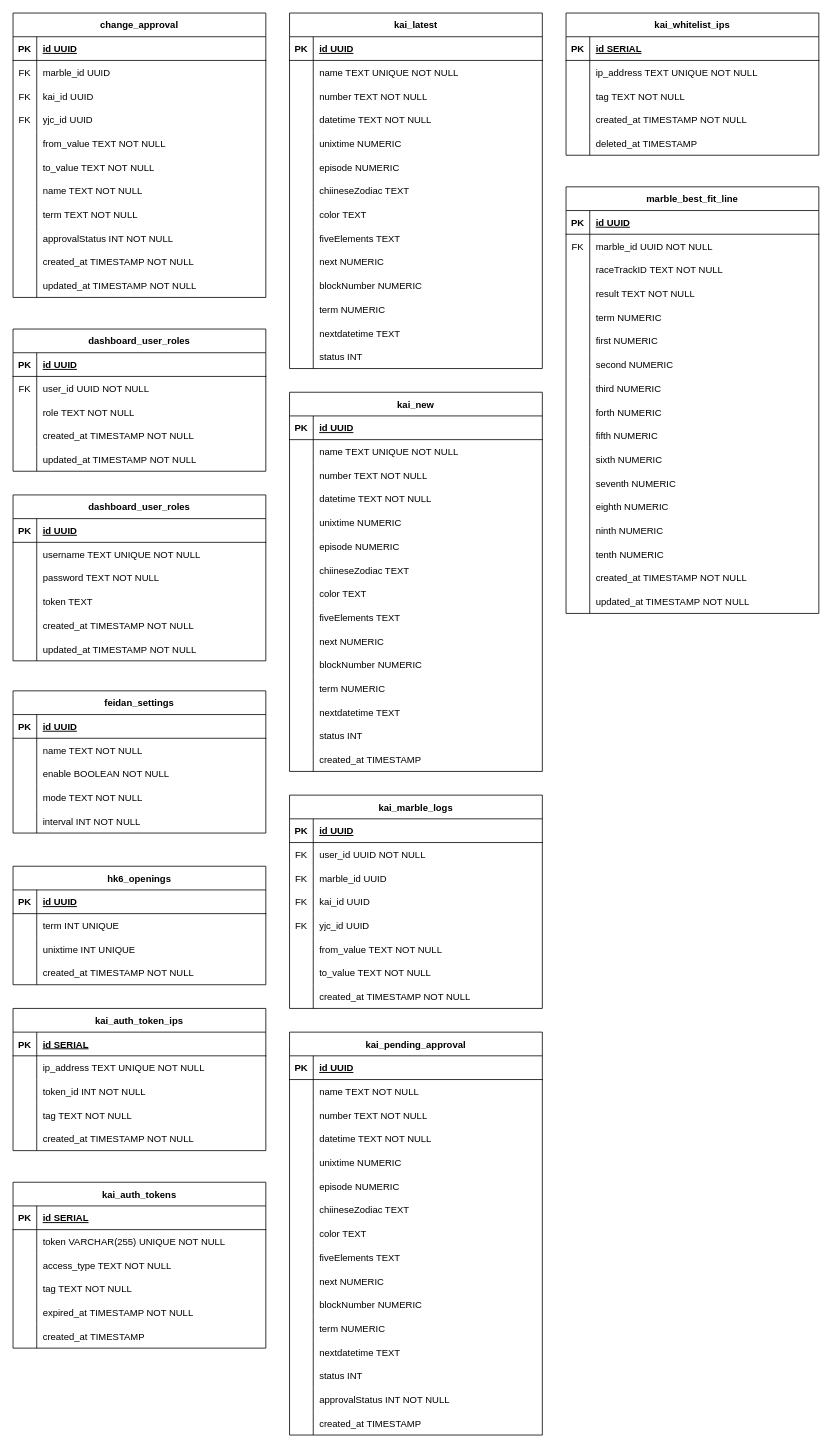
wayneGoCode/drawio-diagrams keeps this draw.io diagram as kai-game-control.drawio. Above is the earlier version. Source tidied: cells renumbered, new cells numbered last; positions are measured from the earlier drawing's top-left corner, leaving out a move shared by most shapes. Both pictures are drawn from the tidied source at 79%, with x=0, y=0 at pixel (13, 13).
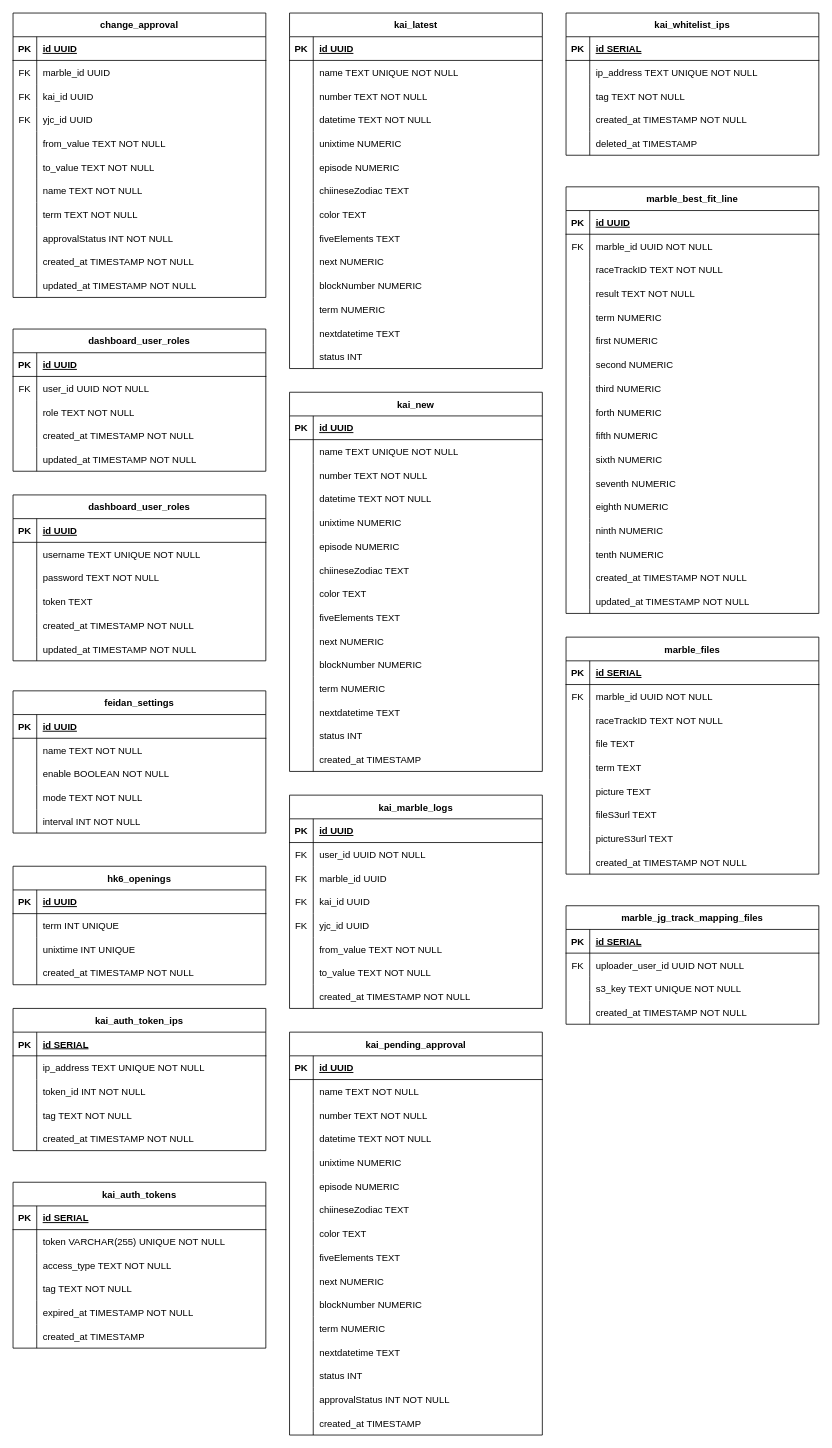
The same diagram, later.

What changed in the source:
```diff
@@
+    <mxCell id="366" value="marble_files" style="shape=table;startSize=30;childLayout=tableLayout;rowLines=0;fontStyle=1;align=center;" parent="1" vertex="1">
+      <mxGeometry x="700" y="790" width="320" height="300" as="geometry" />
+    </mxCell>
+    <mxCell id="367" style="shape=tableRow;horizontal=0;startSize=0;swimlaneHead=0;swimlaneBody=0;fillColor=none;strokeColor=inherit;top=0;left=0;right=0;bottom=1;" parent="366" vertex="1">
+      <mxGeometry y="30" width="320" height="30" as="geometry" />
+    </mxCell>
+    <mxCell id="368" value="PK" style="shape=partialRectangle;overflow=hidden;fillColor=none;strokeColor=inherit;top=0;left=0;bottom=0;right=0;fontStyle=1;" parent="367" vertex="1">
+      <mxGeometry width="30" height="30" as="geometry" />
+    </mxCell>
+    <mxCell id="369" value="id SERIAL" style="shape=partialRectangle;overflow=hidden;fillColor=none;align=left;strokeColor=inherit;top=0;left=0;bottom=0;right=0;spacingLeft=6;fontStyle=5;" parent="367" vertex="1">
+      <mxGeometry x="30" width="290" height="30" as="geometry" />
+    </mxCell>
+    <mxCell id="370" style="shape=tableRow;horizontal=0;startSize=0;swimlaneHead=0;swimlaneBody=0;fillColor=none;strokeColor=inherit;top=0;left=0;right=0;bottom=0;" parent="366" vertex="1">
+      <mxGeometry y="60" width="320" height="30" as="geometry" />
+    </mxCell>
+    <mxCell id="371" value="FK" style="shape=partialRectangle;overflow=hidden;fillColor=none;strokeColor=inherit;top=0;left=0;bottom=0;right=0;" parent="370" vertex="1">
+      <mxGeometry width="30" height="30" as="geometry" />
+    </mxCell>
+    <mxCell id="372" value="marble_id UUID NOT NULL" style="shape=partialRectangle;overflow=hidden;fillColor=none;align=left;strokeColor=inherit;top=0;left=0;bottom=0;right=0;spacingLeft=6;" parent="370" vertex="1">
+      <mxGeometry x="30" width="290" height="30" as="geometry" />
+    </mxCell>
+    <mxCell id="373" style="shape=tableRow;horizontal=0;startSize=0;swimlaneHead=0;swimlaneBody=0;fillColor=none;strokeColor=inherit;top=0;left=0;right=0;bottom=0;" parent="366" vertex="1">
+      <mxGeometry y="90" width="320" height="30" as="geometry" />
+    </mxCell>
+    <mxCell id="374" style="shape=partialRectangle;overflow=hidden;fillColor=none;strokeColor=inherit;top=0;left=0;bottom=0;right=0;" parent="373" vertex="1">
+      <mxGeometry width="30" height="30" as="geometry" />
+    </mxCell>
+    <mxCell id="375" value="raceTrackID TEXT NOT NULL" style="shape=partialRectangle;overflow=hidden;fillColor=none;align=left;strokeColor=inherit;top=0;left=0;bottom=0;right=0;spacingLeft=6;" parent="373" vertex="1">
+      <mxGeometry x="30" width="290" height="30" as="geometry" />
+    </mxCell>
+    <mxCell id="376" style="shape=tableRow;horizontal=0;startSize=0;swimlaneHead=0;swimlaneBody=0;fillColor=none;strokeColor=inherit;top=0;left=0;right=0;bottom=0;" parent="366" vertex="1">
+      <mxGeometry y="120" width="320" height="30" as="geometry" />
+    </mxCell>
+    <mxCell id="377" style="shape=partialRectangle;overflow=hidden;fillColor=none;strokeColor=inherit;top=0;left=0;bottom=0;right=0;" parent="376" vertex="1">
+      <mxGeometry width="30" height="30" as="geometry" />
+    </mxCell>
+    <mxCell id="378" value="file TEXT" style="shape=partialRectangle;overflow=hidden;fillColor=none;align=left;strokeColor=inherit;top=0;left=0;bottom=0;right=0;spacingLeft=6;" parent="376" vertex="1">
+      <mxGeometry x="30" width="290" height="30" as="geometry" />
+    </mxCell>
+    <mxCell id="379" style="shape=tableRow;horizontal=0;startSize=0;swimlaneHead=0;swimlaneBody=0;fillColor=none;strokeColor=inherit;top=0;left=0;right=0;bottom=0;" parent="366" vertex="1">
+      <mxGeometry y="150" width="320" height="30" as="geometry" />
+    </mxCell>
+    <mxCell id="380" style="shape=partialRectangle;overflow=hidden;fillColor=none;strokeColor=inherit;top=0;left=0;bottom=0;right=0;" parent="379" vertex="1">
+      <mxGeometry width="30" height="30" as="geometry" />
+    </mxCell>
+    <mxCell id="381" value="term TEXT" style="shape=partialRectangle;overflow=hidden;fillColor=none;align=left;strokeColor=inherit;top=0;left=0;bottom=0;right=0;spacingLeft=6;" parent="379" vertex="1">
+      <mxGeometry x="30" width="290" height="30" as="geometry" />
+    </mxCell>
+    <mxCell id="382" style="shape=tableRow;horizontal=0;startSize=0;swimlaneHead=0;swimlaneBody=0;fillColor=none;strokeColor=inherit;top=0;left=0;right=0;bottom=0;" parent="366" vertex="1">
+      <mxGeometry y="180" width="320" height="30" as="geometry" />
+    </mxCell>
+    <mxCell id="383" style="shape=partialRectangle;overflow=hidden;fillColor=none;strokeColor=inherit;top=0;left=0;bottom=0;right=0;" parent="382" vertex="1">
+      <mxGeometry width="30" height="30" as="geometry" />
+    </mxCell>
+    <mxCell id="384" value="picture TEXT" style="shape=partialRectangle;overflow=hidden;fillColor=none;align=left;strokeColor=inherit;top=0;left=0;bottom=0;right=0;spacingLeft=6;" parent="382" vertex="1">
+      <mxGeometry x="30" width="290" height="30" as="geometry" />
+    </mxCell>
+    <mxCell id="385" style="shape=tableRow;horizontal=0;startSize=0;swimlaneHead=0;swimlaneBody=0;fillColor=none;strokeColor=inherit;top=0;left=0;right=0;bottom=0;" parent="366" vertex="1">
+      <mxGeometry y="210" width="320" height="30" as="geometry" />
+    </mxCell>
+    <mxCell id="386" style="shape=partialRectangle;overflow=hidden;fillColor=none;strokeColor=inherit;top=0;left=0;bottom=0;right=0;" parent="385" vertex="1">
+      <mxGeometry width="30" height="30" as="geometry" />
+    </mxCell>
+    <mxCell id="387" value="fileS3url TEXT" style="shape=partialRectangle;overflow=hidden;fillColor=none;align=left;strokeColor=inherit;top=0;left=0;bottom=0;right=0;spacingLeft=6;" parent="385" vertex="1">
+      <mxGeometry x="30" width="290" height="30" as="geometry" />
+    </mxCell>
+    <mxCell id="388" style="shape=tableRow;horizontal=0;startSize=0;swimlaneHead=0;swimlaneBody=0;fillColor=none;strokeColor=inherit;top=0;left=0;right=0;bottom=0;" parent="366" vertex="1">
+      <mxGeometry y="240" width="320" height="30" as="geometry" />
+    </mxCell>
+    <mxCell id="389" style="shape=partialRectangle;overflow=hidden;fillColor=none;strokeColor=inherit;top=0;left=0;bottom=0;right=0;" parent="388" vertex="1">
+      <mxGeometry width="30" height="30" as="geometry" />
+    </mxCell>
+    <mxCell id="390" value="pictureS3url TEXT" style="shape=partialRectangle;overflow=hidden;fillColor=none;align=left;strokeColor=inherit;top=0;left=0;bottom=0;right=0;spacingLeft=6;" parent="388" vertex="1">
+      <mxGeometry x="30" width="290" height="30" as="geometry" />
+    </mxCell>
+    <mxCell id="391" style="shape=tableRow;horizontal=0;startSize=0;swimlaneHead=0;swimlaneBody=0;fillColor=none;strokeColor=inherit;top=0;left=0;right=0;bottom=0;" parent="366" vertex="1">
+      <mxGeometry y="270" width="320" height="30" as="geometry" />
+    </mxCell>
+    <mxCell id="392" style="shape=partialRectangle;overflow=hidden;fillColor=none;strokeColor=inherit;top=0;left=0;bottom=0;right=0;" parent="391" vertex="1">
+      <mxGeometry width="30" height="30" as="geometry" />
+    </mxCell>
+    <mxCell id="393" value="created_at TIMESTAMP NOT NULL" style="shape=partialRectangle;overflow=hidden;fillColor=none;align=left;strokeColor=inherit;top=0;left=0;bottom=0;right=0;spacingLeft=6;" parent="391" vertex="1">
+      <mxGeometry x="30" width="290" height="30" as="geometry" />
+    </mxCell>
+    <mxCell id="394" value="marble_jg_track_mapping_files" style="shape=table;startSize=30;childLayout=tableLayout;rowLines=0;fontStyle=1;align=center;" parent="1" vertex="1">
+      <mxGeometry x="700" y="1130" width="320" height="150" as="geometry" />
+    </mxCell>
+    <mxCell id="395" style="shape=tableRow;horizontal=0;startSize=0;swimlaneHead=0;swimlaneBody=0;fillColor=none;strokeColor=inherit;top=0;left=0;right=0;bottom=1;" parent="394" vertex="1">
+      <mxGeometry y="30" width="320" height="30" as="geometry" />
+    </mxCell>
+    <mxCell id="396" value="PK" style="shape=partialRectangle;overflow=hidden;fillColor=none;strokeColor=inherit;top=0;left=0;bottom=0;right=0;fontStyle=1;" parent="395" vertex="1">
+      <mxGeometry width="30" height="30" as="geometry" />
+    </mxCell>
+    <mxCell id="397" value="id SERIAL" style="shape=partialRectangle;overflow=hidden;fillColor=none;align=left;strokeColor=inherit;top=0;left=0;bottom=0;right=0;spacingLeft=6;fontStyle=5;" parent="395" vertex="1">
+      <mxGeometry x="30" width="290" height="30" as="geometry" />
+    </mxCell>
+    <mxCell id="398" style="shape=tableRow;horizontal=0;startSize=0;swimlaneHead=0;swimlaneBody=0;fillColor=none;strokeColor=inherit;top=0;left=0;right=0;bottom=0;" parent="394" vertex="1">
+      <mxGeometry y="60" width="320" height="30" as="geometry" />
+    </mxCell>
+    <mxCell id="399" value="FK" style="shape=partialRectangle;overflow=hidden;fillColor=none;strokeColor=inherit;top=0;left=0;bottom=0;right=0;" parent="398" vertex="1">
+      <mxGeometry width="30" height="30" as="geometry" />
+    </mxCell>
+    <mxCell id="400" value="uploader_user_id UUID NOT NULL" style="shape=partialRectangle;overflow=hidden;fillColor=none;align=left;strokeColor=inherit;top=0;left=0;bottom=0;right=0;spacingLeft=6;" parent="398" vertex="1">
+      <mxGeometry x="30" width="290" height="30" as="geometry" />
+    </mxCell>
+    <mxCell id="401" style="shape=tableRow;horizontal=0;startSize=0;swimlaneHead=0;swimlaneBody=0;fillColor=none;strokeColor=inherit;top=0;left=0;right=0;bottom=0;" parent="394" vertex="1">
+      <mxGeometry y="90" width="320" height="30" as="geometry" />
+    </mxCell>
+    <mxCell id="402" style="shape=partialRectangle;overflow=hidden;fillColor=none;strokeColor=inherit;top=0;left=0;bottom=0;right=0;" parent="401" vertex="1">
+      <mxGeometry width="30" height="30" as="geometry" />
+    </mxCell>
+    <mxCell id="403" value="s3_key TEXT UNIQUE NOT NULL" style="shape=partialRectangle;overflow=hidden;fillColor=none;align=left;strokeColor=inherit;top=0;left=0;bottom=0;right=0;spacingLeft=6;" parent="401" vertex="1">
+      <mxGeometry x="30" width="290" height="30" as="geometry" />
+    </mxCell>
+    <mxCell id="404" style="shape=tableRow;horizontal=0;startSize=0;swimlaneHead=0;swimlaneBody=0;fillColor=none;strokeColor=inherit;top=0;left=0;right=0;bottom=0;" parent="394" vertex="1">
+      <mxGeometry y="120" width="320" height="30" as="geometry" />
+    </mxCell>
+    <mxCell id="405" style="shape=partialRectangle;overflow=hidden;fillColor=none;strokeColor=inherit;top=0;left=0;bottom=0;right=0;" parent="404" vertex="1">
+      <mxGeometry width="30" height="30" as="geometry" />
+    </mxCell>
+    <mxCell id="406" value="created_at TIMESTAMP NOT NULL" style="shape=partialRectangle;overflow=hidden;fillColor=none;align=left;strokeColor=inherit;top=0;left=0;bottom=0;right=0;spacingLeft=6;" parent="404" vertex="1">
+      <mxGeometry x="30" width="290" height="30" as="geometry" />
+    </mxCell>
```
